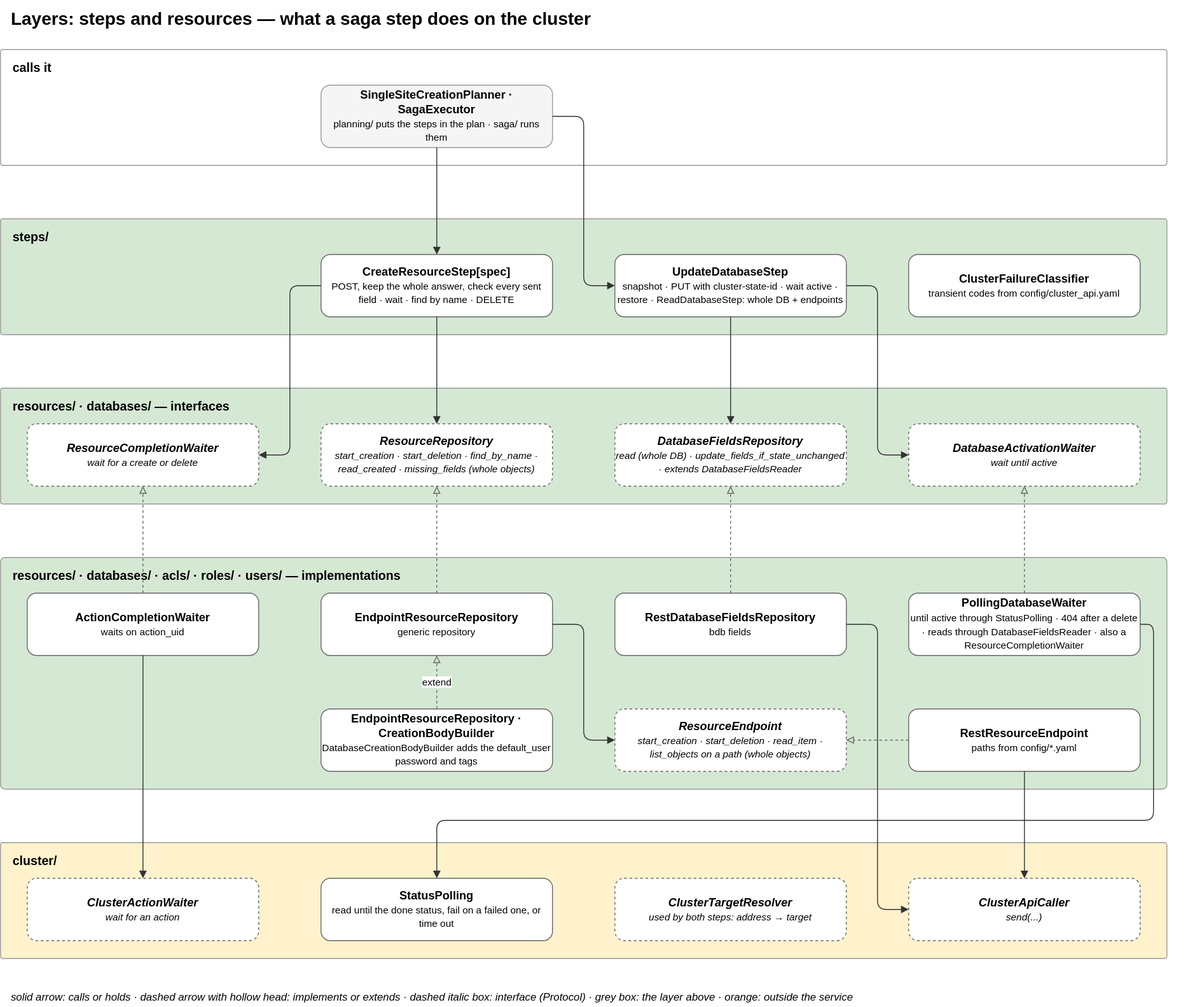
The draw.io diagram docs/diagrams/07-layer-steps-resources.drawio.svg in EliShteinman/redis-enterprise-services, before a commit. Source tidied: cells renumbered, new cells last; positions are measured from the earlier drawing's top-left corner, leaving out a move shared by most shapes.
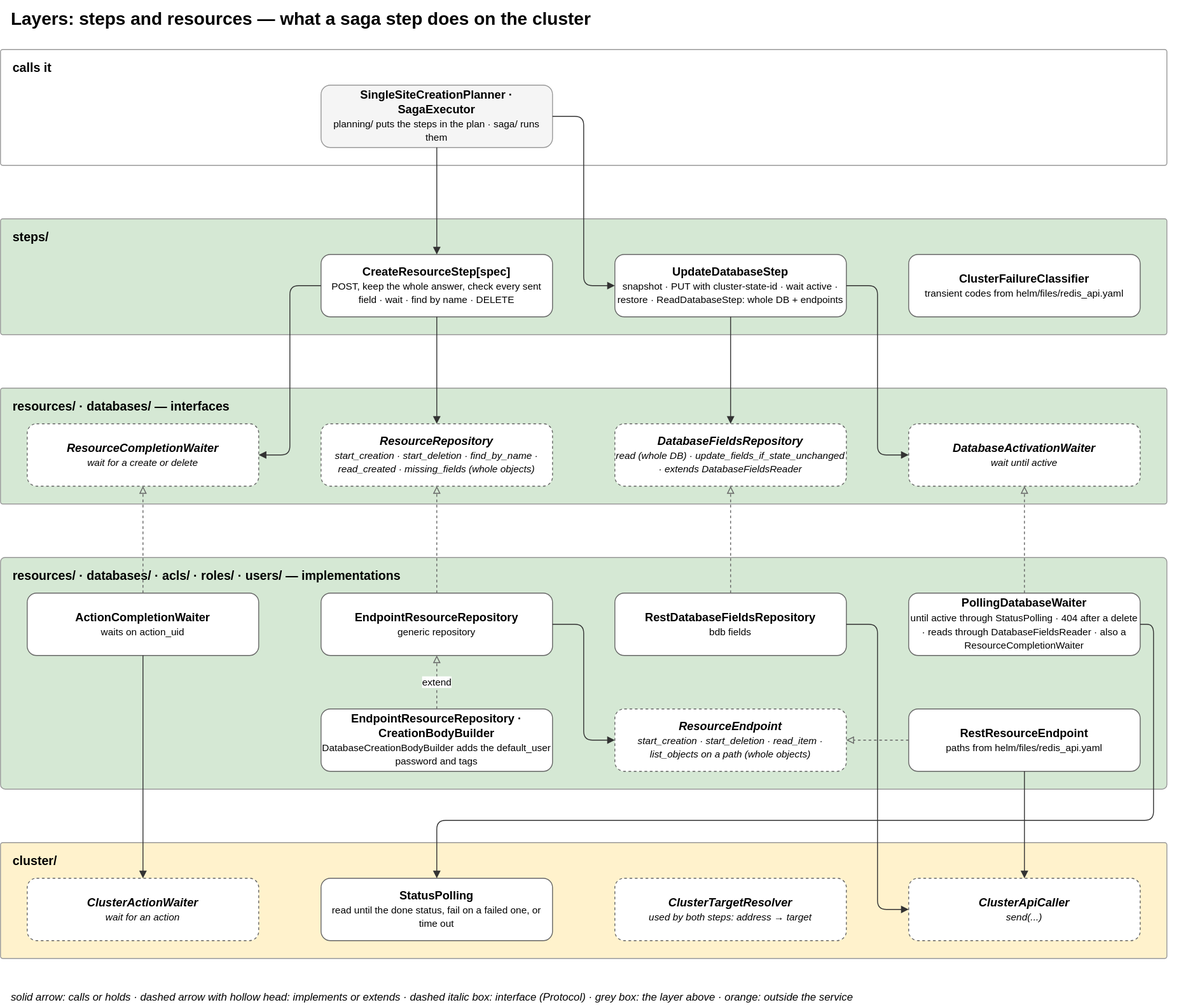
Later version of the same file.

The edit, as a diff of the source:
```diff
@@ -20,7 +20,7 @@
     <mxCell id="7" value="&lt;b&gt;UpdateDatabaseStep&lt;/b&gt;&lt;br&gt;&lt;font style='font-size:11px'&gt;snapshot · PUT with cluster-state-id · wait active · restore · ReadDatabaseStep: whole DB + endpoints&lt;/font&gt;" style="rounded=1;whiteSpace=wrap;html=1;fillColor=#ffffff;strokeColor=#666666;fontSize=13;" parent="1" vertex="1">
       <mxGeometry x="690" y="285" width="260" height="70" as="geometry" />
     </mxCell>
-    <mxCell id="8" value="&lt;b&gt;ClusterFailureClassifier&lt;/b&gt;&lt;br&gt;&lt;font style='font-size:11px'&gt;transient codes from config/cluster_api.yaml&lt;/font&gt;" style="rounded=1;whiteSpace=wrap;html=1;fillColor=#ffffff;strokeColor=#666666;fontSize=13;" parent="1" vertex="1">
+    <mxCell id="8" value="&lt;b&gt;ClusterFailureClassifier&lt;/b&gt;&lt;br&gt;&lt;font style='font-size:11px'&gt;transient codes from helm/files/redis_api.yaml&lt;/font&gt;" style="rounded=1;whiteSpace=wrap;html=1;fillColor=#ffffff;strokeColor=#666666;fontSize=13;" parent="1" vertex="1">
       <mxGeometry x="1020" y="285" width="260" height="70" as="geometry" />
     </mxCell>
     <mxCell id="9" value="&lt;b&gt;resources/ · databases/ — interfaces&lt;/b&gt;" style="rounded=1;arcSize=2;fillColor=#d5e8d4;strokeColor=#999999;verticalAlign=top;align=left;spacingLeft=12;spacingTop=6;html=1;fontSize=14;" parent="1" vertex="1">
@@ -59,7 +59,7 @@
     <mxCell id="20" value="&lt;b&gt;ResourceEndpoint&lt;/b&gt;&lt;br&gt;&lt;font style='font-size:11px'&gt;start_creation · start_deletion · read_item · list_objects on a path (whole objects)&lt;/font&gt;" style="rounded=1;whiteSpace=wrap;html=1;fillColor=#ffffff;strokeColor=#666666;fontSize=13;dashed=1;fontStyle=2;" parent="1" vertex="1">
       <mxGeometry x="690" y="795" width="260" height="70" as="geometry" />
     </mxCell>
-    <mxCell id="21" value="&lt;b&gt;RestResourceEndpoint&lt;/b&gt;&lt;br&gt;&lt;font style='font-size:11px'&gt;paths from config/*.yaml&lt;/font&gt;" style="rounded=1;whiteSpace=wrap;html=1;fillColor=#ffffff;strokeColor=#666666;fontSize=13;" parent="1" vertex="1">
+    <mxCell id="21" value="&lt;b&gt;RestResourceEndpoint&lt;/b&gt;&lt;br&gt;&lt;font style='font-size:11px'&gt;paths from helm/files/redis_api.yaml&lt;/font&gt;" style="rounded=1;whiteSpace=wrap;html=1;fillColor=#ffffff;strokeColor=#666666;fontSize=13;" parent="1" vertex="1">
       <mxGeometry x="1020" y="795" width="260" height="70" as="geometry" />
     </mxCell>
     <mxCell id="22" value="&lt;b&gt;cluster/&lt;/b&gt;" style="rounded=1;arcSize=2;fillColor=#fff2cc;strokeColor=#999999;verticalAlign=top;align=left;spacingLeft=12;spacingTop=6;html=1;fontSize=14;" parent="1" vertex="1">
```
